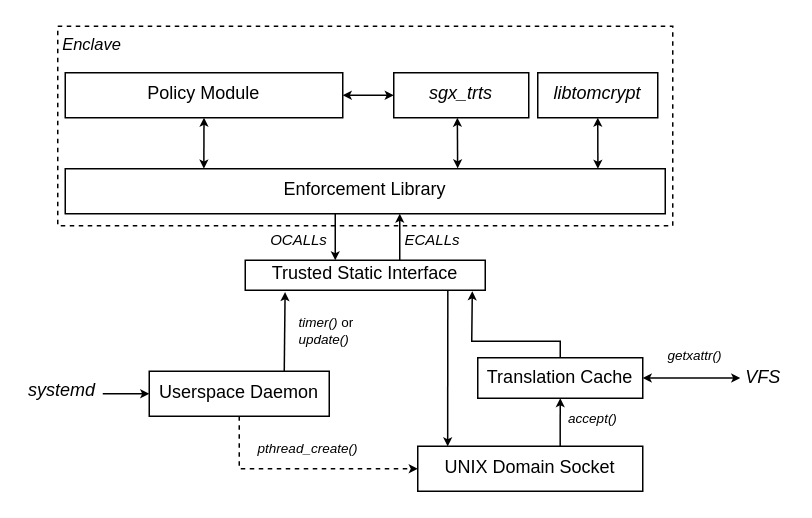
Above: figures/drawio/EnclaveLayout.drawio in bellthomas/part3-dissertation (draw.io), before the change. Source tidied: cells renumbered, new cells numbered last; positions are measured from the earlier drawing's top-left corner, leaving out a move shared by most shapes. Both pictures are drawn from the tidied source at 150%, with x=0, y=0 at pixel (32, 26).
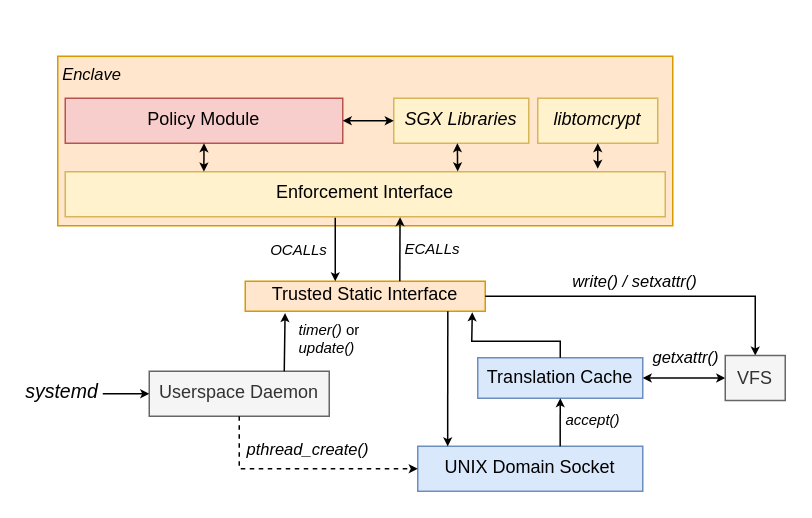
The same diagram, later.

Commit message (it also covers changes not shown here):
First half of Policy Components

Change to the diagram source:
```diff
@@
-    <mxCell id="2" style="rounded=0;whiteSpace=wrap;html=1;fillColor=none;dashed=1;strokeWidth=1;perimeterSpacing=3;" parent="1" vertex="1">
-      <mxGeometry x="17" width="410" height="133" as="geometry" />
+    <mxCell id="2" style="rounded=0;whiteSpace=wrap;html=1;fillColor=#ffe6cc;strokeWidth=1;perimeterSpacing=3;strokeColor=#d79b00;" parent="1" vertex="1">
+      <mxGeometry x="17" y="20" width="410" height="113" as="geometry" />
     </mxCell>
-    <mxCell id="3" value="Enforcement Library" style="rounded=0;whiteSpace=wrap;html=1;fillColor=none;fontFamily=Linux Libertine O;spacingBottom=2;" parent="1" vertex="1">
-      <mxGeometry x="22" y="95" width="400" height="30" as="geometry" />
+    <mxCell id="3" value="Enforcement Interface" style="rounded=0;whiteSpace=wrap;html=1;fillColor=#fff2cc;fontFamily=Linux Libertine O;spacingBottom=2;strokeColor=#d6b656;" parent="1" vertex="1">
+      <mxGeometry x="22" y="97" width="400" height="30" as="geometry" />
     </mxCell>
-    <mxCell id="4" value="sgx_trts" style="rounded=0;whiteSpace=wrap;html=1;fillColor=none;fontFamily=Linux Libertine O;fontStyle=2;spacingBottom=2;" parent="1" vertex="1">
-      <mxGeometry x="241" y="31" width="90" height="30" as="geometry" />
+    <mxCell id="4" value="SGX Libraries" style="rounded=0;whiteSpace=wrap;html=1;fillColor=#fff2cc;fontFamily=Linux Libertine O;fontStyle=2;spacingBottom=2;strokeColor=#d6b656;" parent="1" vertex="1">
+      <mxGeometry x="241" y="48" width="90" height="30" as="geometry" />
     </mxCell>
-    <mxCell id="5" value="Trusted Static Interface" style="rounded=0;whiteSpace=wrap;html=1;fillColor=none;fontFamily=Linux Libertine O;spacingTop=0;spacingBottom=2;" parent="1" vertex="1">
-      <mxGeometry x="142" y="156" width="160" height="20" as="geometry" />
+    <mxCell id="5" value="Trusted Static Interface" style="rounded=0;whiteSpace=wrap;html=1;fillColor=#ffe6cc;fontFamily=Linux Libertine O;spacingTop=0;spacingBottom=2;strokeColor=#d79b00;" parent="1" vertex="1">
+      <mxGeometry x="142" y="170" width="160" height="20" as="geometry" />
     </mxCell>
-    <mxCell id="6" value="libtomcrypt" style="rounded=0;whiteSpace=wrap;html=1;fillColor=none;fontFamily=Linux Libertine O;fontStyle=2;spacingBottom=2;" parent="1" vertex="1">
-      <mxGeometry x="337" y="31" width="80" height="30" as="geometry" />
+    <mxCell id="6" value="libtomcrypt" style="rounded=0;whiteSpace=wrap;html=1;fillColor=#fff2cc;fontFamily=Linux Libertine O;fontStyle=2;spacingBottom=2;strokeColor=#d6b656;" parent="1" vertex="1">
+      <mxGeometry x="337" y="48" width="80" height="30" as="geometry" />
     </mxCell>
-    <mxCell id="7" style="endArrow=classic;html=1;shadow=0;labelBackgroundColor=#000000;fontFamily=Linux Libertine O;exitX=0.43;exitY=1.005;exitDx=0;exitDy=0;exitPerimeter=0;endSize=3;" parent="1" edge="1">
+    <mxCell id="7" style="endArrow=classic;html=1;shadow=0;labelBackgroundColor=#000000;fontFamily=Linux Libertine O;endSize=3;entryX=0.375;entryY=0;entryDx=0;entryDy=0;entryPerimeter=0;exitX=0.45;exitY=1.022;exitDx=0;exitDy=0;exitPerimeter=0;" parent="1" edge="1" source="3" target="5">
       <mxGeometry relative="1" as="geometry">
-        <mxPoint x="202" y="125.1" as="sourcePoint" />
-        <mxPoint x="202" y="156" as="targetPoint" />
         <Array as="points">
           <mxPoint x="202" y="150" />
         </Array>
       </mxGeometry>
     </mxCell>
-    <mxCell id="8" style="endArrow=classic;html=1;shadow=0;labelBackgroundColor=#000000;fontFamily=Linux Libertine O;exitX=0.43;exitY=1.005;exitDx=0;exitDy=0;exitPerimeter=0;endSize=3;" parent="1" edge="1">
-      <mxGeometry relative="1" as="geometry">
-        <mxPoint x="245" y="156" as="sourcePoint" />
-        <mxPoint x="245" y="125" as="targetPoint" />
-      </mxGeometry>
+    <mxCell id="8" style="endArrow=classic;html=1;shadow=0;labelBackgroundColor=#000000;fontFamily=Linux Libertine O;exitX=0.644;exitY=0;exitDx=0;exitDy=0;exitPerimeter=0;endSize=3;entryX=0.558;entryY=1.011;entryDx=0;entryDy=0;entryPerimeter=0;" parent="1" edge="1" source="5" target="3">
+      <mxGeometry relative="1" as="geometry" />
     </mxCell>
     <mxCell id="9" value="&lt;i&gt;&lt;font style=&quot;font-size: 10px&quot;&gt;OCALLs&lt;/font&gt;&lt;/i&gt;" style="text;html=1;strokeColor=none;fillColor=none;align=center;verticalAlign=middle;whiteSpace=wrap;rounded=0;fontFamily=Linux Libertine O;" parent="1" vertex="1">
-      <mxGeometry x="158" y="132" width="40" height="20" as="geometry" />
+      <mxGeometry x="158" y="139" width="40" height="20" as="geometry" />
     </mxCell>
     <mxCell id="10" value="&lt;i&gt;&lt;font style=&quot;font-size: 10px&quot;&gt;ECALLs&lt;/font&gt;&lt;/i&gt;" style="text;html=1;strokeColor=none;fillColor=none;align=center;verticalAlign=middle;whiteSpace=wrap;rounded=0;fontFamily=Linux Libertine O;" parent="1" vertex="1">
-      <mxGeometry x="247" y="132" width="40" height="20" as="geometry" />
+      <mxGeometry x="247" y="138" width="40" height="20" as="geometry" />
     </mxCell>
@@
-    <mxCell id="12" style="endArrow=classic;startArrow=classic;html=1;shadow=0;labelBackgroundColor=#000000;fontFamily=Linux Libertine O;exitX=0.654;exitY=-0.007;exitDx=0;exitDy=0;exitPerimeter=0;entryX=0.5;entryY=1;entryDx=0;entryDy=0;startSize=3;endSize=3;" parent="1" edge="1" target="6">
+    <mxCell id="12" style="endArrow=classic;startArrow=classic;html=1;shadow=0;labelBackgroundColor=#000000;fontFamily=Linux Libertine O;entryX=0.5;entryY=1;entryDx=0;entryDy=0;startSize=3;endSize=3;" parent="1" edge="1" target="6">
       <mxGeometry relative="1" as="geometry">
-        <mxPoint x="377.1" y="95" as="sourcePoint" />
+        <mxPoint x="377" y="95" as="sourcePoint" />
       </mxGeometry>
     </mxCell>
-    <mxCell id="13" value="Policy Module" style="rounded=0;whiteSpace=wrap;html=1;fillColor=none;fontFamily=Linux Libertine O;spacingBottom=2;" parent="1" vertex="1">
-      <mxGeometry x="22" y="31" width="185" height="30" as="geometry" />
+    <mxCell id="13" value="Policy Module" style="rounded=0;whiteSpace=wrap;html=1;fillColor=#f8cecc;fontFamily=Linux Libertine O;spacingBottom=2;strokeColor=#b85450;" parent="1" vertex="1">
+      <mxGeometry x="22" y="48" width="185" height="30" as="geometry" />
     </mxCell>
@@
-    <mxCell id="16" value="Userspace Daemon" style="rounded=0;whiteSpace=wrap;html=1;fillColor=none;fontFamily=Linux Libertine O;spacingBottom=2;" parent="1" vertex="1">
+    <mxCell id="16" value="Userspace Daemon" style="rounded=0;whiteSpace=wrap;html=1;fillColor=#f5f5f5;fontFamily=Linux Libertine O;spacingBottom=2;strokeColor=#666666;fontColor=#333333;" parent="1" vertex="1">
       <mxGeometry x="78" y="230" width="120" height="30" as="geometry" />
     </mxCell>
-    <mxCell id="17" value="UNIX Domain Socket" style="rounded=0;whiteSpace=wrap;html=1;fillColor=none;fontFamily=Linux Libertine O;spacingBottom=2;" parent="1" vertex="1">
+    <mxCell id="17" value="UNIX Domain Socket" style="rounded=0;whiteSpace=wrap;html=1;fillColor=#dae8fc;fontFamily=Linux Libertine O;spacingBottom=2;strokeColor=#6c8ebf;" parent="1" vertex="1">
       <mxGeometry x="257" y="280" width="150" height="30" as="geometry" />
     </mxCell>
@@
-    <mxCell id="19" value="systemd" style="text;html=1;strokeColor=none;fillColor=none;align=center;verticalAlign=middle;whiteSpace=wrap;rounded=0;fontFamily=Linux Libertine O;fontStyle=2;" parent="1" vertex="1">
+    <mxCell id="19" value="systemd" style="text;html=1;strokeColor=none;fillColor=none;align=center;verticalAlign=middle;whiteSpace=wrap;rounded=0;fontFamily=Linux Libertine O;fontStyle=2;fontSize=13;" parent="1" vertex="1">
       <mxGeometry y="233" width="40" height="20" as="geometry" />
     </mxCell>
@@
-    <mxCell id="22" value="Translation Cache" style="rounded=0;whiteSpace=wrap;html=1;fillColor=none;fontFamily=Linux Libertine O;spacingBottom=2;" parent="1" vertex="1">
+    <mxCell id="22" value="Translation Cache" style="rounded=0;whiteSpace=wrap;html=1;fillColor=#dae8fc;fontFamily=Linux Libertine O;spacingBottom=2;strokeColor=#6c8ebf;" parent="1" vertex="1">
       <mxGeometry x="297" y="221" width="110" height="27" as="geometry" />
     </mxCell>
@@
-    <mxCell id="26" value="accept()" style="text;html=1;strokeColor=none;fillColor=none;align=center;verticalAlign=middle;whiteSpace=wrap;rounded=0;fontFamily=Linux Libertine O;fontSize=9;fontStyle=2;" parent="1" vertex="1">
+    <mxCell id="26" value="accept()" style="text;html=1;strokeColor=none;fillColor=none;align=center;verticalAlign=middle;whiteSpace=wrap;rounded=0;fontFamily=Linux Libertine O;fontSize=10;fontStyle=2;" parent="1" vertex="1">
       <mxGeometry x="354" y="252" width="40" height="20" as="geometry" />
     </mxCell>
-    <mxCell id="27" value="&lt;i&gt;timer() &lt;/i&gt;or&lt;i&gt; update()&lt;/i&gt;" style="text;html=1;strokeColor=none;fillColor=none;align=left;verticalAlign=middle;whiteSpace=wrap;rounded=0;fontFamily=Linux Libertine O;fontSize=9;" parent="1" vertex="1">
-      <mxGeometry x="176" y="193" width="40" height="20" as="geometry" />
+    <mxCell id="27" value="&lt;i style=&quot;font-size: 10px;&quot;&gt;timer() &lt;/i&gt;or&lt;i style=&quot;font-size: 10px;&quot;&gt; update()&lt;/i&gt;" style="text;html=1;strokeColor=none;fillColor=none;align=left;verticalAlign=middle;whiteSpace=wrap;rounded=0;fontFamily=Linux Libertine O;fontSize=10;" parent="1" vertex="1">
+      <mxGeometry x="176" y="198" width="51" height="20" as="geometry" />
     </mxCell>
-    <mxCell id="28" value="pthread_create()" style="text;html=1;strokeColor=none;fillColor=none;align=center;verticalAlign=middle;whiteSpace=wrap;rounded=0;fontFamily=Linux Libertine O;fontSize=9;fontStyle=2;" parent="1" vertex="1">
+    <mxCell id="28" value="pthread_create()" style="text;html=1;strokeColor=none;fillColor=none;align=center;verticalAlign=middle;whiteSpace=wrap;rounded=0;fontFamily=Linux Libertine O;fontSize=11;fontStyle=2;" parent="1" vertex="1">
       <mxGeometry x="164" y="272" width="40" height="20" as="geometry" />
     </mxCell>
     <mxCell id="29" value="Enclave" style="text;html=1;strokeColor=none;fillColor=none;align=center;verticalAlign=middle;whiteSpace=wrap;rounded=0;dashed=1;fontFamily=Linux Libertine O;fontSize=11;strokeWidth=4;fontStyle=2;" parent="1" vertex="1">
-      <mxGeometry x="20" y="2" width="40" height="20" as="geometry" />
+      <mxGeometry x="20" y="22" width="40" height="20" as="geometry" />
     </mxCell>
@@
+    <mxCell id="32" value="&lt;span style=&quot;font-size: 11px;&quot;&gt;&lt;font style=&quot;font-size: 11px;&quot;&gt;getxattr()&lt;/font&gt;&lt;/span&gt;" style="text;html=1;strokeColor=none;fillColor=none;align=center;verticalAlign=middle;whiteSpace=wrap;rounded=0;dashed=1;fontFamily=Linux Libertine O;fontSize=11;fontStyle=2;" parent="1" vertex="1">
+      <mxGeometry x="416" y="211" width="40" height="20" as="geometry" />
+    </mxCell>
+    <mxCell id="33" style="endArrow=classic;html=1;fontSize=13;exitX=1;exitY=0.5;exitDx=0;exitDy=0;entryX=0.5;entryY=0;entryDx=0;entryDy=0;rounded=0;endSize=3;" parent="1" edge="1" source="5" target="31">
+      <mxGeometry relative="1" as="geometry">
+        <Array as="points">
+          <mxPoint x="482" y="180" />
+        </Array>
+      </mxGeometry>
+    </mxCell>
+    <mxCell id="34" value="write() / setxattr()" style="text;html=1;strokeColor=none;fillColor=none;align=center;verticalAlign=middle;whiteSpace=wrap;rounded=0;fontSize=11;fontFamily=Linux Libertine O;fontStyle=2;" parent="1" vertex="1">
+      <mxGeometry x="347" y="160" width="110" height="20" as="geometry" />
+    </mxCell>
-    <mxCell id="31" value="VFS" style="text;html=1;strokeColor=none;fillColor=none;align=center;verticalAlign=middle;whiteSpace=wrap;rounded=0;dashed=1;fontFamily=Linux Libertine O;fontSize=12;fontStyle=2;spacingBottom=2;spacingLeft=3;" parent="1" vertex="1">
-      <mxGeometry x="472" y="224.5" width="28" height="20" as="geometry" />
+    <mxCell id="31" value="VFS" style="rounded=0;whiteSpace=wrap;html=1;fontFamily=Linux Libertine O;fontSize=12;fillColor=#f5f5f5;strokeColor=#666666;fontColor=#333333;" parent="1" vertex="1">
+      <mxGeometry x="462" y="219.5" width="40" height="30" as="geometry" />
     </mxCell>
-    <mxCell id="32" value="&lt;i&gt;&lt;font style=&quot;font-size: 9px&quot;&gt;getxattr()&lt;/font&gt;&lt;/i&gt;" style="text;html=1;strokeColor=none;fillColor=none;align=center;verticalAlign=middle;whiteSpace=wrap;rounded=0;dashed=1;fontFamily=Linux Libertine O;fontSize=12;" parent="1" vertex="1">
-      <mxGeometry x="422" y="208.5" width="40" height="20" as="geometry" />
-    </mxCell>
```
